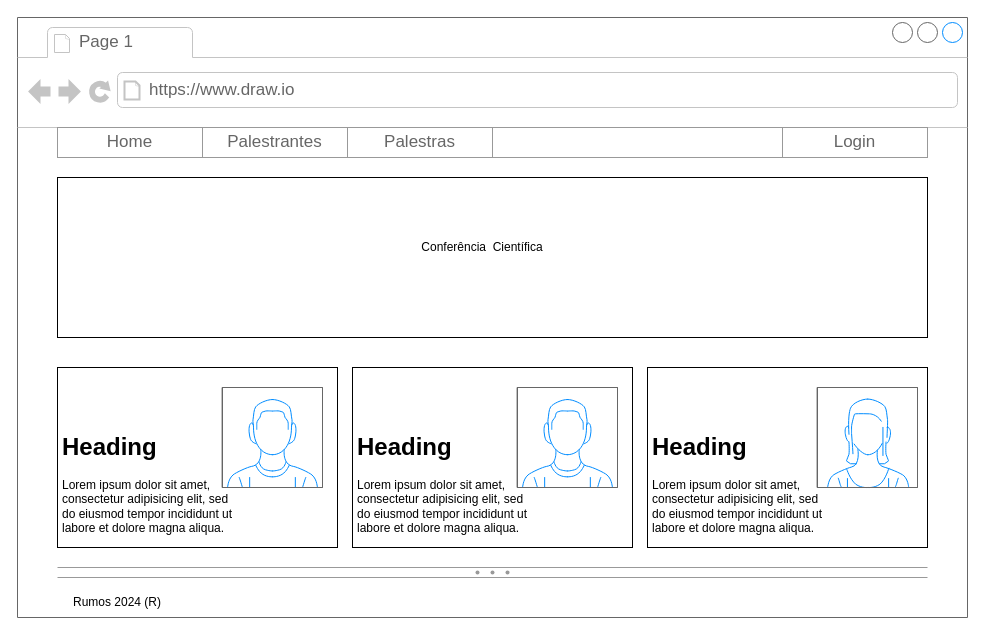
This is page "Index" (1 of 5) of src/Fundamentos de HTML5, CSS e Javascript/ConferenciaCientifica.drawio from RumosProjetos/Acao84091, a draw.io file, before an edit. Source tidied: cells renumbered, new cells numbered last; positions are measured from the earlier drawing's top-left corner, leaving out a move shared by most shapes. Both pictures are drawn from the tidied source at 100%, with x=0, y=0 at pixel (17, 17).
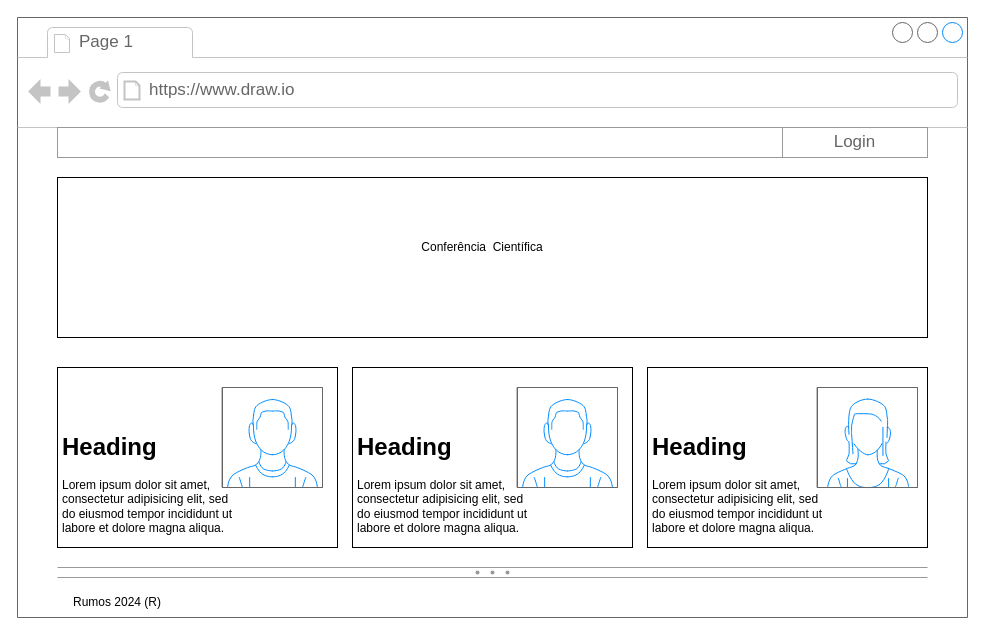
After the change.

The change refers to these unchanged cells:
```xml
<mxCell id="15" style="strokeWidth=1;shadow=0;dashed=0;align=center;html=1;shape=mxgraph.mockup.forms.rrect;rSize=0;strokeColor=#999999;" parent="2" vertex="1">
  <mxGeometry x="40" y="110" width="870" height="30" as="geometry" />
</mxCell>
```

Diff of the diagram source:
```diff
@@
-    <mxCell id="16" value="Home" style="strokeColor=inherit;fillColor=inherit;gradientColor=inherit;strokeWidth=1;shadow=0;dashed=0;align=center;html=1;shape=mxgraph.mockup.forms.rrect;rSize=0;fontSize=17;fontColor=#666666;whiteSpace=wrap;" parent="15" vertex="1">
-      <mxGeometry width="145" height="30" as="geometry" />
-    </mxCell>
-    <mxCell id="17" value="Palestrantes" style="strokeColor=inherit;fillColor=inherit;gradientColor=inherit;strokeWidth=1;shadow=0;dashed=0;align=center;html=1;shape=mxgraph.mockup.forms.rrect;rSize=0;fontSize=17;fontColor=#666666;whiteSpace=wrap;" parent="15" vertex="1">
-      <mxGeometry x="145" width="145" height="30" as="geometry" />
-    </mxCell>
-    <mxCell id="18" value="Palestras" style="strokeColor=inherit;fillColor=inherit;gradientColor=inherit;strokeWidth=1;shadow=0;dashed=0;align=center;html=1;shape=mxgraph.mockup.forms.rrect;rSize=0;fontSize=17;fontColor=#666666;whiteSpace=wrap;" parent="15" vertex="1">
-      <mxGeometry x="290" width="145" height="30" as="geometry" />
-    </mxCell>
```
